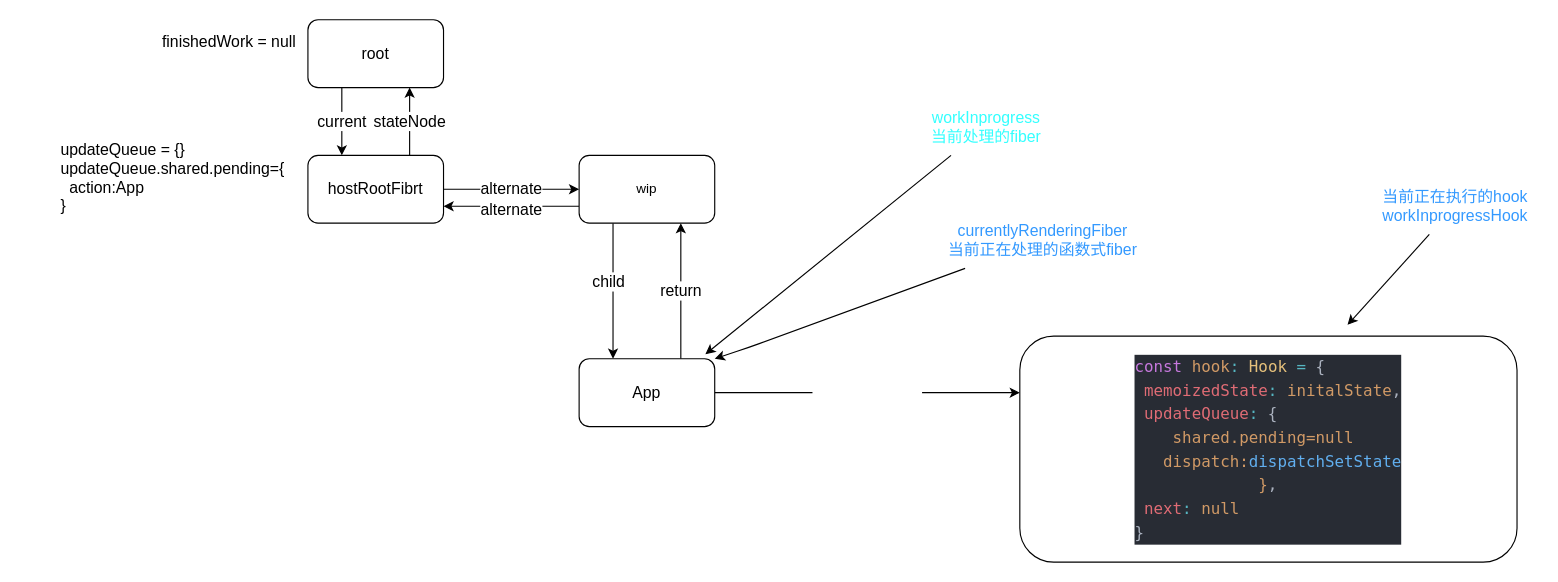
liuwei1992/mini_react keeps this draw.io diagram as doc/2Hooks渲染流程/Hooks渲染流程.drawio. Above is the earlier version. Source tidied: cells renumbered, new cells numbered last; positions are measured from the earlier drawing's top-left corner, leaving out a move shared by most shapes. Both pictures are drawn from the tidied source at 113%, with x=0, y=0 at pixel (47, 19).
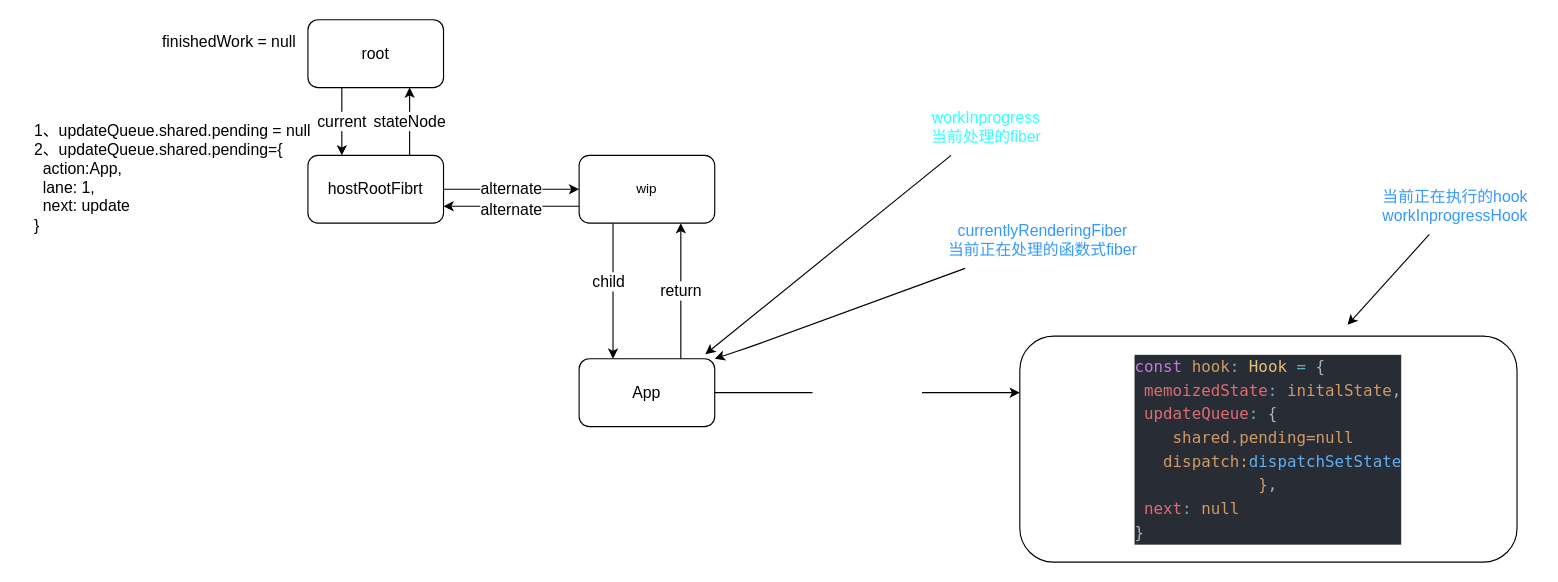
Above is the later version.

The edit, as a diff of the source:
```diff
@@
-    <mxCell id="8" value="&lt;div style=&quot;text-align: left;&quot;&gt;&lt;span style=&quot;background-color: initial;&quot;&gt;updateQueue = {}&lt;/span&gt;&lt;/div&gt;updateQueue.shared.pending={&lt;br&gt;&lt;div style=&quot;text-align: left;&quot;&gt;&lt;span style=&quot;background-color: initial;&quot;&gt;&amp;nbsp; action:App&lt;/span&gt;&lt;/div&gt;&lt;div style=&quot;text-align: left;&quot;&gt;&lt;span style=&quot;background-color: initial;&quot;&gt;}&lt;/span&gt;&lt;/div&gt;" style="text;html=1;align=center;verticalAlign=middle;strokeColor=none;fillColor=none;fontSize=14;" parent="1" vertex="1">
-      <mxGeometry y="100" width="220" height="80" as="geometry" />
+    <mxCell id="8" value="&lt;div style=&quot;text-align: left;&quot;&gt;&lt;/div&gt;&lt;div style=&quot;text-align: left;&quot;&gt;&lt;span style=&quot;background-color: initial;&quot;&gt;1、updateQueue.shared.pending = null&lt;/span&gt;&lt;/div&gt;&lt;div style=&quot;text-align: left;&quot;&gt;&lt;span style=&quot;background-color: initial;&quot;&gt;2、updateQueue.shared.pending={&lt;/span&gt;&lt;/div&gt;&lt;div style=&quot;text-align: left;&quot;&gt;&lt;span style=&quot;background-color: initial;&quot;&gt;&amp;nbsp; action:App,&lt;/span&gt;&lt;/div&gt;&lt;div style=&quot;text-align: left;&quot;&gt;&lt;span style=&quot;background-color: initial;&quot;&gt;&amp;nbsp; lane: 1,&lt;/span&gt;&lt;/div&gt;&lt;div style=&quot;text-align: left;&quot;&gt;&lt;span style=&quot;background-color: initial;&quot;&gt;&amp;nbsp; next: update&lt;/span&gt;&lt;/div&gt;&lt;div style=&quot;text-align: left;&quot;&gt;&lt;span style=&quot;background-color: initial;&quot;&gt;}&lt;/span&gt;&lt;/div&gt;" style="text;html=1;align=center;verticalAlign=middle;strokeColor=none;fillColor=none;fontSize=14;" parent="1" vertex="1">
+      <mxGeometry x="-25" y="85" width="270" height="110" as="geometry" />
     </mxCell>
```
